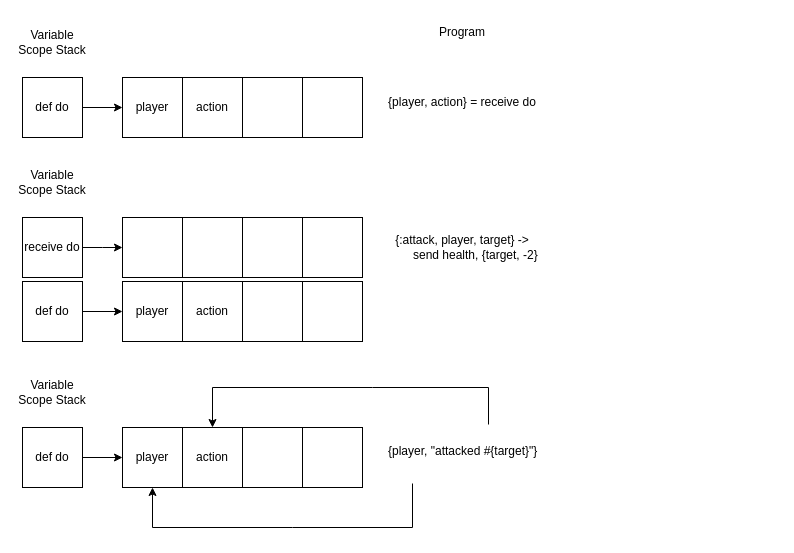
matt-neave/verificationAwareElixir keeps this draw.io diagram as designDocs/var_stack.drawio. Above is the earlier version. Source tidied: cells renumbered, new cells numbered last; positions are measured from the earlier drawing's top-left corner, leaving out a move shared by most shapes. Both pictures are drawn from the tidied source at 100%, with x=0, y=0 at pixel (17, 17).
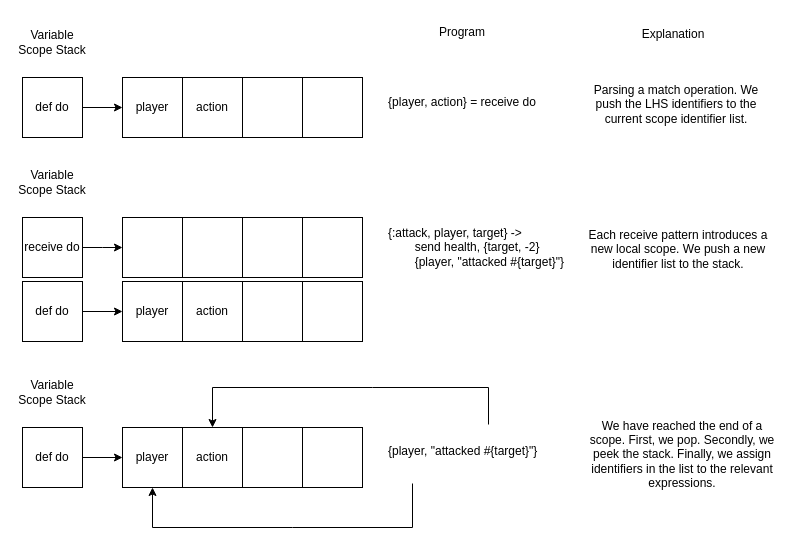
After the change.

Change to the diagram source:
```diff
@@
-    <mxCell id="24" value="{:attack, player, target} -&amp;gt;&lt;div&gt;&lt;span style=&quot;white-space: pre;&quot;&gt;&#9;&lt;/span&gt;send health, {target, -2}&lt;br&gt;&lt;/div&gt;" style="text;html=1;align=center;verticalAlign=middle;whiteSpace=wrap;rounded=0;" parent="1" vertex="1">
-      <mxGeometry x="350" y="215" width="190" height="30" as="geometry" />
+    <mxCell id="24" value="&lt;div style=&quot;text-align: left;&quot;&gt;&lt;span style=&quot;background-color: initial;&quot;&gt;{:attack, player, target} -&amp;gt;&lt;/span&gt;&lt;/div&gt;&lt;div style=&quot;text-align: left;&quot;&gt;&lt;span style=&quot;white-space: pre;&quot;&gt;&#9;&lt;/span&gt;send health, {target, -2}&lt;br&gt;&lt;/div&gt;&lt;div style=&quot;text-align: left;&quot;&gt;&lt;span style=&quot;&quot;&gt;&lt;span style=&quot;white-space: pre;&quot;&gt;&#9;&lt;/span&gt;{player, &quot;attacked #{target}&quot;}&lt;/span&gt;&lt;br&gt;&lt;/div&gt;" style="text;html=1;align=center;verticalAlign=middle;whiteSpace=wrap;rounded=0;" parent="1" vertex="1">
+      <mxGeometry x="364" y="215" width="190" height="30" as="geometry" />
     </mxCell>
@@
+    <mxCell id="35" value="Explanation" style="text;html=1;align=center;verticalAlign=middle;whiteSpace=wrap;rounded=0;" parent="1" vertex="1">
+      <mxGeometry x="626" y="2" width="60" height="30" as="geometry" />
+    </mxCell>
+    <mxCell id="36" value="Parsing a match operation. We push the LHS identifiers to the current scope identifier list." style="text;html=1;align=center;verticalAlign=middle;whiteSpace=wrap;rounded=0;" parent="1" vertex="1">
+      <mxGeometry x="564" y="72" width="190" height="30" as="geometry" />
+    </mxCell>
+    <mxCell id="37" value="Each receive pattern introduces a new local scope. We push a new identifier list to the stack." style="text;html=1;align=center;verticalAlign=middle;whiteSpace=wrap;rounded=0;" parent="1" vertex="1">
+      <mxGeometry x="566" y="217" width="190" height="30" as="geometry" />
+    </mxCell>
+    <mxCell id="38" value="We have reached the end of a scope. First, we pop. Secondly, we peek the stack. Finally, we assign identifiers in the list to the relevant expressions." style="text;html=1;align=center;verticalAlign=middle;whiteSpace=wrap;rounded=0;" parent="1" vertex="1">
+      <mxGeometry x="570" y="422" width="190" height="30" as="geometry" />
+    </mxCell>
```
